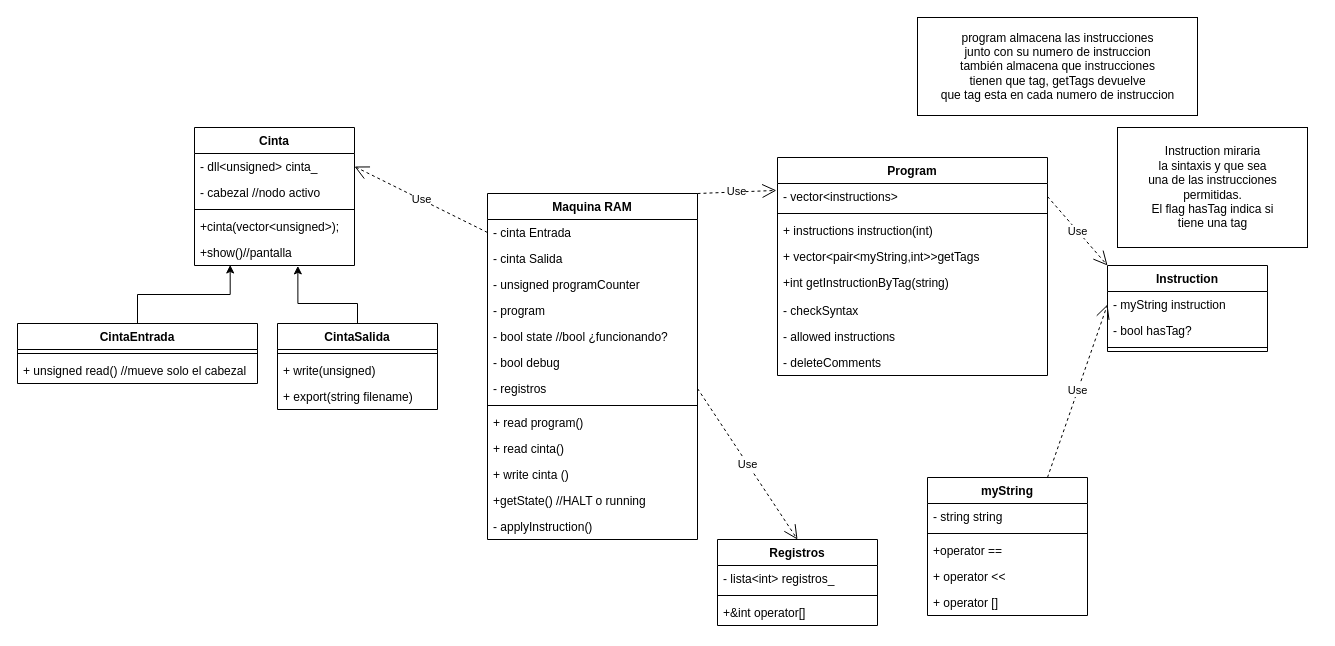
Before: RAMMachine.drawio in AaronJoseCabreraMartin/RAMMachine, a draw.io diagram. Source tidied: cells renumbered, new cells numbered last; positions are measured from the earlier drawing's top-left corner, leaving out a move shared by most shapes. Both pictures are drawn from the tidied source at 100%, with x=0, y=0 at pixel (17, 17).
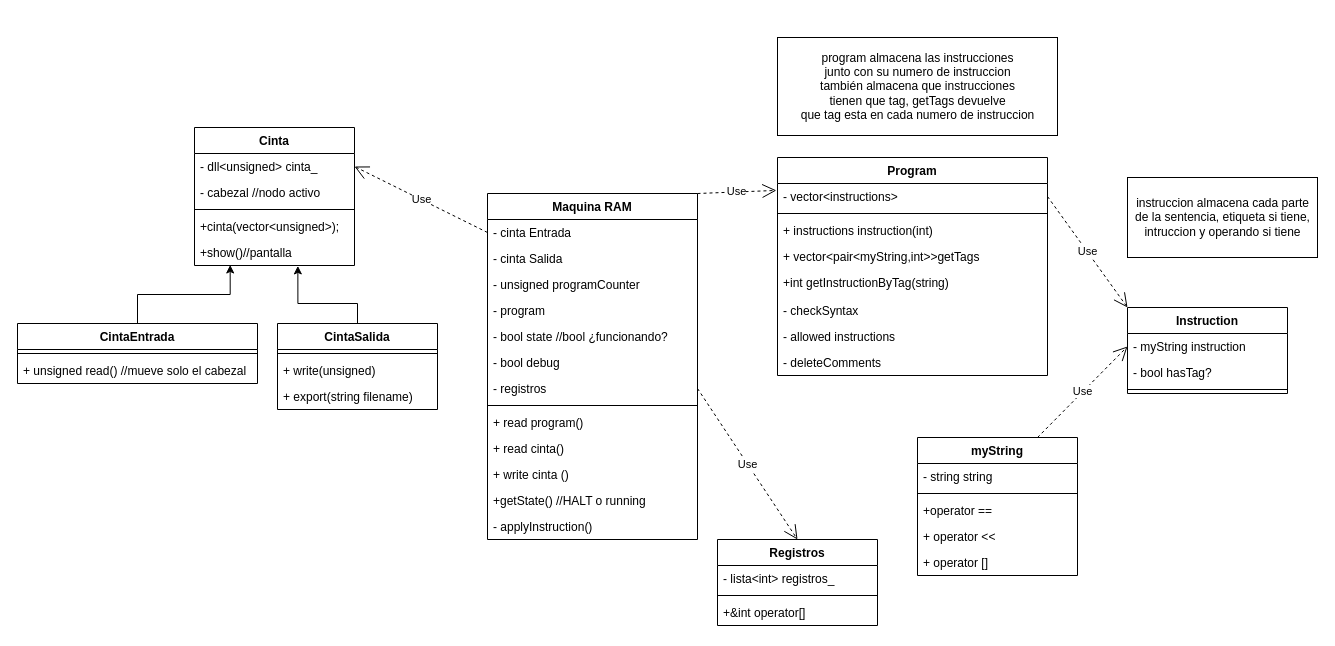
The same page after the edit.

The edit, as a diff of the source:
```diff
@@
     <mxCell id="33" value="Instruction" style="swimlane;fontStyle=1;align=center;verticalAlign=top;horizontal=1;startSize=26;" parent="1" vertex="1">
-      <mxGeometry x="1090" y="248" width="160" height="86" as="geometry" />
+      <mxGeometry x="1110" y="290" width="160" height="86" as="geometry" />
     </mxCell>
@@
-    <mxCell id="37" value="&lt;div&gt;Instruction miraria&lt;/div&gt;&lt;div&gt;la sintaxis y que sea &lt;br&gt;&lt;/div&gt;&lt;div&gt;una de las instrucciones&lt;/div&gt;&lt;div&gt;permitidas.&lt;/div&gt;&lt;div&gt;El flag hasTag indica si &lt;br&gt;&lt;/div&gt;&lt;div&gt;tiene una tag&lt;br&gt;&lt;/div&gt;" style="html=1;" parent="1" vertex="1">
-      <mxGeometry x="1100" y="110" width="190" height="120" as="geometry" />
+    <mxCell id="37" value="&lt;div&gt;instruccion almacena cada parte&lt;/div&gt;&lt;div&gt;de la sentencia, etiqueta si tiene,&lt;/div&gt;&lt;div&gt;intruccion y operando si tiene&lt;/div&gt;" style="html=1;" parent="1" vertex="1">
+      <mxGeometry x="1110" y="160" width="190" height="80" as="geometry" />
     </mxCell>
     <mxCell id="38" value="myString" style="swimlane;fontStyle=1;align=center;verticalAlign=top;horizontal=1;startSize=26;" parent="1" vertex="1">
-      <mxGeometry x="910" y="460" width="160" height="138" as="geometry" />
+      <mxGeometry x="900" y="420" width="160" height="138" as="geometry" />
     </mxCell>
@@
     <mxCell id="44" value="&lt;div&gt;program almacena las instrucciones&lt;/div&gt;&lt;div&gt;junto con su numero de instruccion&lt;/div&gt;&lt;div&gt;también almacena que instrucciones&lt;/div&gt;&lt;div&gt;tienen que tag, getTags devuelve&lt;/div&gt;&lt;div&gt;que tag esta en cada numero de instruccion&lt;/div&gt;" style="html=1;" parent="1" vertex="1">
-      <mxGeometry x="900" width="280" height="98" as="geometry" />
+      <mxGeometry x="760" y="20" width="280" height="98" as="geometry" />
     </mxCell>
```
